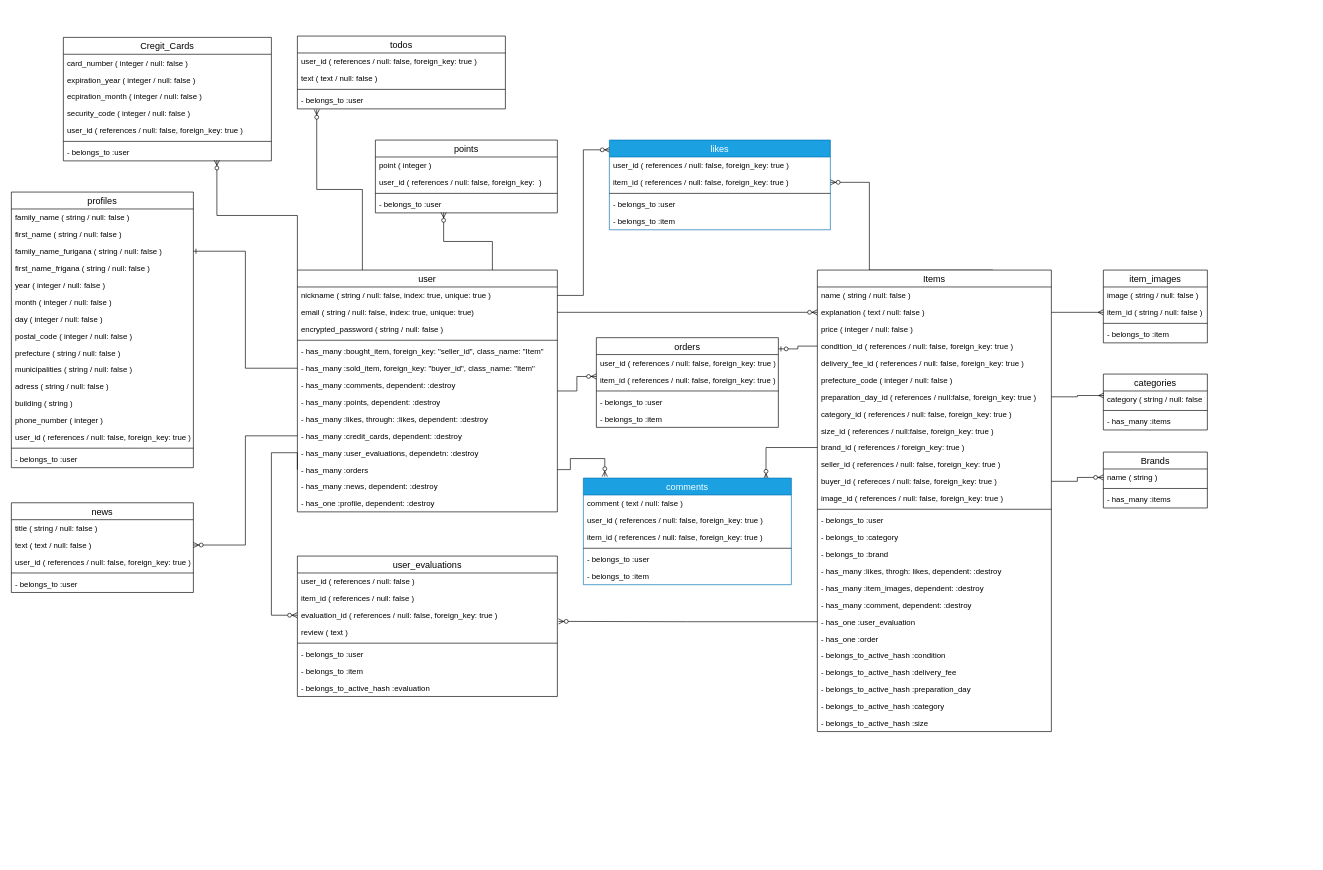
This is ER.drawio from yuktnk/fleamarket_sample_80g, a draw.io file, before an edit. Source tidied: cells renumbered, new cells numbered last; positions are measured from the earlier drawing's top-left corner, leaving out a move shared by most shapes. Both pictures are drawn from the tidied source at 65%, with x=0, y=0 at pixel (11, 36).
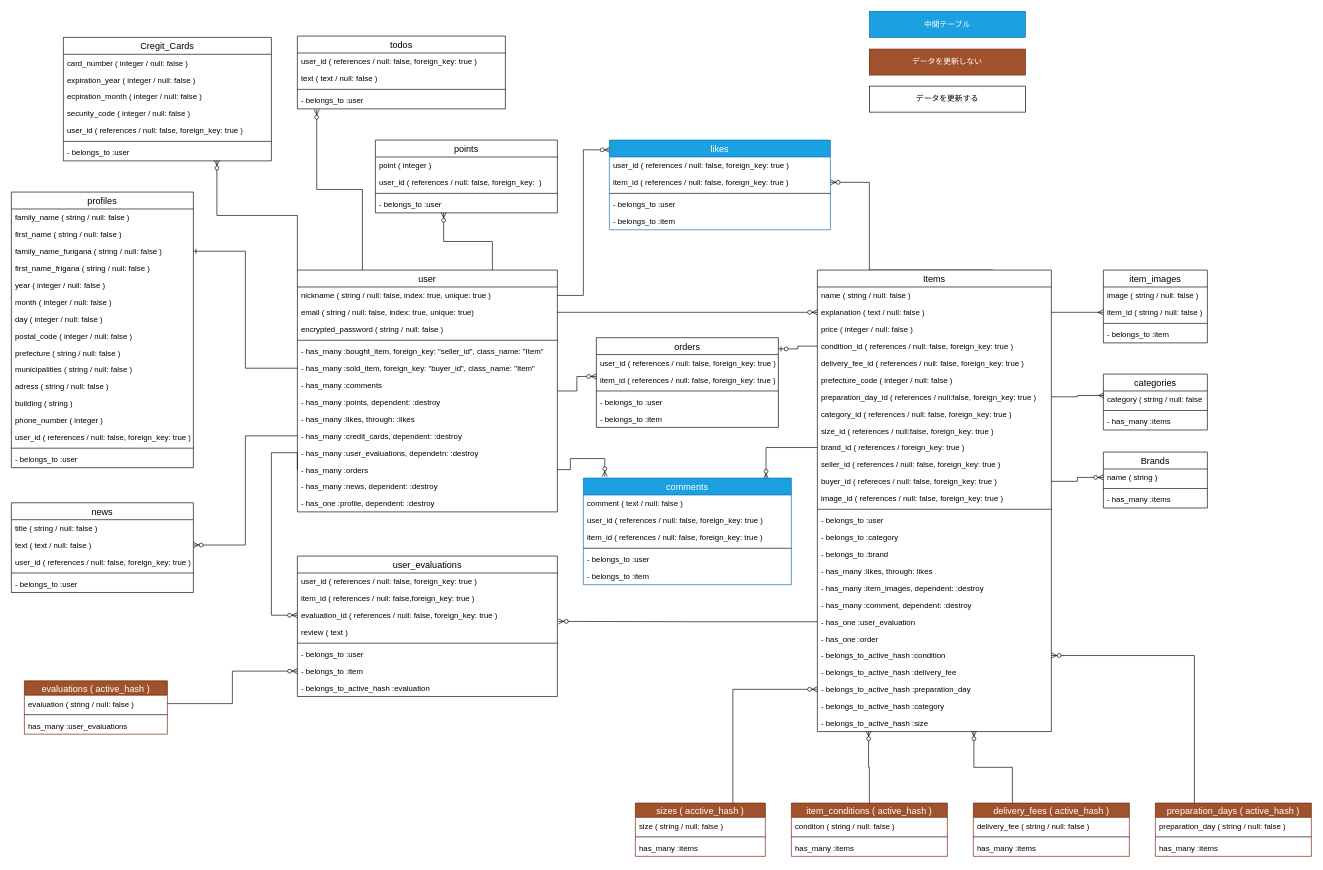
Above is the later version.

The change refers to these unchanged cells:
```xml
<mxCell id="19" value="user" style="swimlane;fontStyle=0;horizontal=1;startSize=26;align=center;fontSize=14;" parent="1" vertex="1">
  <mxGeometry x="440" y="360" width="400" height="372" as="geometry" />
</mxCell>
<mxCell id="80" value="Items" style="swimlane;fontStyle=0;horizontal=1;startSize=26;align=center;fontSize=14;swimlaneFillColor=none;" parent="1" vertex="1">
  <mxGeometry x="1240" y="360" width="360" height="710" as="geometry" />
</mxCell>
<mxCell id="103" value="- belongs_to_active_hash :condition " style="text;strokeColor=none;fillColor=none;spacingLeft=4;spacingRight=4;overflow=hidden;points=[[0,0.5],[1,0.5]];portConstraint=eastwest;fontSize=12;" parent="80" vertex="1">
  <mxGeometry y="580" width="360" height="26" as="geometry" />
</mxCell>
<mxCell id="105" value="- belongs_to_active_hash :preparation_day" style="text;strokeColor=none;fillColor=none;spacingLeft=4;spacingRight=4;overflow=hidden;points=[[0,0.5],[1,0.5]];portConstraint=eastwest;fontSize=12;" parent="80" vertex="1">
  <mxGeometry y="632" width="360" height="26" as="geometry" />
</mxCell>
<mxCell id="107" value="- belongs_to_active_hash :size" style="text;strokeColor=none;fillColor=none;spacingLeft=4;spacingRight=4;overflow=hidden;points=[[0,0.5],[1,0.5]];portConstraint=eastwest;fontSize=12;" parent="80" vertex="1">
  <mxGeometry y="684" width="360" height="26" as="geometry" />
</mxCell>
<mxCell id="108" value="user_evaluations" style="swimlane;fontStyle=0;horizontal=1;startSize=26;align=center;fontSize=14;" parent="1" vertex="1">
  <mxGeometry x="440" y="800" width="400" height="216" as="geometry" />
</mxCell>
<mxCell id="115" value="- belongs_to :item" style="text;strokeColor=none;fillColor=none;spacingLeft=4;spacingRight=4;overflow=hidden;points=[[0,0.5],[1,0.5]];portConstraint=eastwest;fontSize=12;" parent="108" vertex="1">
  <mxGeometry y="164" width="400" height="26" as="geometry" />
</mxCell>
```

Change to the diagram source:
```diff
@@
-    <mxCell id="26" value="- has_many :comments, dependent: :destroy" style="text;strokeColor=none;fillColor=none;spacingLeft=4;spacingRight=4;overflow=hidden;fontSize=12;" parent="19" vertex="1">
+    <mxCell id="26" value="- has_many :comments" style="text;strokeColor=none;fillColor=none;spacingLeft=4;spacingRight=4;overflow=hidden;fontSize=12;" parent="19" vertex="1">
       <mxGeometry y="164" width="400" height="26" as="geometry" />
     </mxCell>
@@
-    <mxCell id="28" value="- has_many :likes, through: :likes, dependent: :destroy&#10;" style="text;strokeColor=none;fillColor=none;spacingLeft=4;spacingRight=4;overflow=hidden;fontSize=12;" parent="19" vertex="1">
+    <mxCell id="28" value="- has_many :likes, through: :likes&#10;" style="text;strokeColor=none;fillColor=none;spacingLeft=4;spacingRight=4;overflow=hidden;fontSize=12;" parent="19" vertex="1">
       <mxGeometry y="216" width="400" height="26" as="geometry" />
     </mxCell>
@@
-    <mxCell id="98" value="- has_many :likes, throgh: likes, dependent: :destroy" style="text;strokeColor=none;fillColor=none;spacingLeft=4;spacingRight=4;overflow=hidden;fontSize=12;" parent="80" vertex="1">
+    <mxCell id="98" value="- has_many :likes, through: likes" style="text;strokeColor=none;fillColor=none;spacingLeft=4;spacingRight=4;overflow=hidden;fontSize=12;" parent="80" vertex="1">
       <mxGeometry y="450" width="360" height="26" as="geometry" />
     </mxCell>
@@
-    <mxCell id="109" value="user_id ( references / null: false )" style="text;strokeColor=none;fillColor=none;spacingLeft=4;spacingRight=4;overflow=hidden;fontSize=12;" parent="108" vertex="1">
+    <mxCell id="109" value="user_id ( references / null: false, foreign_key: true )" style="text;strokeColor=none;fillColor=none;spacingLeft=4;spacingRight=4;overflow=hidden;fontSize=12;" parent="108" vertex="1">
       <mxGeometry y="26" width="400" height="26" as="geometry" />
     </mxCell>
-    <mxCell id="110" value="item_id ( references / null: false )" style="text;strokeColor=none;fillColor=none;spacingLeft=4;spacingRight=4;overflow=hidden;fontSize=12;" parent="108" vertex="1">
+    <mxCell id="110" value="item_id ( references / null: false,foreign_key: true )" style="text;strokeColor=none;fillColor=none;spacingLeft=4;spacingRight=4;overflow=hidden;fontSize=12;" parent="108" vertex="1">
       <mxGeometry y="52" width="400" height="26" as="geometry" />
     </mxCell>
@@
+    <mxCell id="144" value="evaluations ( active_hash )" style="swimlane;fontStyle=0;horizontal=1;startSize=22;align=center;fontSize=14;fillColor=#a0522d;strokeColor=#6D1F00;fontColor=#ffffff;" parent="1" vertex="1">
+      <mxGeometry x="20" y="992" width="220" height="82" as="geometry" />
+    </mxCell>
+    <mxCell id="145" value="evaluation ( string / null: false )" style="text;strokeColor=none;fillColor=none;spacingLeft=4;spacingRight=4;overflow=hidden;points=[[0,0.5],[1,0.5]];portConstraint=eastwest;fontSize=12;" parent="144" vertex="1">
+      <mxGeometry y="22" width="220" height="26" as="geometry" />
+    </mxCell>
+    <mxCell id="146" style="line;strokeWidth=1;fillColor=none;align=left;verticalAlign=middle;spacingTop=-1;spacingLeft=3;spacingRight=3;labelPosition=right;fontSize=12;" parent="144" vertex="1">
+      <mxGeometry y="48" width="220" height="8" as="geometry" />
+    </mxCell>
+    <mxCell id="147" value="has_many :user_evaluations" style="text;strokeColor=none;fillColor=none;spacingLeft=4;spacingRight=4;overflow=hidden;fontSize=12;" parent="144" vertex="1">
+      <mxGeometry y="56" width="220" height="26" as="geometry" />
+    </mxCell>
+    <mxCell id="148" style="edgeStyle=orthogonalEdgeStyle;rounded=0;jettySize=auto;html=1;exitX=1;exitY=0.5;exitDx=0;exitDy=0;entryX=0;entryY=0.5;entryDx=0;entryDy=0;endArrow=ERzeroToMany;endFill=1;" parent="1" edge="1" source="145" target="115">
+      <mxGeometry relative="1" as="geometry" />
+    </mxCell>
+    <mxCell id="149" style="edgeStyle=orthogonalEdgeStyle;rounded=0;jettySize=auto;html=1;exitX=0.25;exitY=0;exitDx=0;exitDy=0;entryX=0.669;entryY=0.962;entryDx=0;entryDy=0;entryPerimeter=0;endArrow=ERzeroToMany;endFill=1;" parent="1" edge="1" source="150" target="107">
+      <mxGeometry relative="1" as="geometry" />
+    </mxCell>
+    <mxCell id="150" value="delivery_fees ( active_hash )" style="swimlane;fontStyle=0;horizontal=1;startSize=22;align=center;fontSize=14;fillColor=#a0522d;strokeColor=#6D1F00;fontColor=#ffffff;" parent="1" vertex="1">
+      <mxGeometry x="1480" y="1180" width="240" height="82" as="geometry" />
+    </mxCell>
+    <mxCell id="151" value="delivery_fee ( string / null: false )" style="text;strokeColor=none;fillColor=none;spacingLeft=4;spacingRight=4;overflow=hidden;fontSize=12;" parent="150" vertex="1">
+      <mxGeometry y="22" width="240" height="26" as="geometry" />
+    </mxCell>
+    <mxCell id="152" style="line;strokeWidth=1;fillColor=none;align=left;verticalAlign=middle;spacingTop=-1;spacingLeft=3;spacingRight=3;labelPosition=right;fontSize=12;" parent="150" vertex="1">
+      <mxGeometry y="48" width="240" height="8" as="geometry" />
+    </mxCell>
+    <mxCell id="153" value="has_many :items" style="text;strokeColor=none;fillColor=none;spacingLeft=4;spacingRight=4;overflow=hidden;fontSize=12;" parent="150" vertex="1">
+      <mxGeometry y="56" width="240" height="26" as="geometry" />
+    </mxCell>
+    <mxCell id="154" style="edgeStyle=orthogonalEdgeStyle;rounded=0;jettySize=auto;html=1;exitX=0.5;exitY=0;exitDx=0;exitDy=0;entryX=0.219;entryY=0.962;entryDx=0;entryDy=0;entryPerimeter=0;endArrow=ERzeroToMany;endFill=1;" parent="1" edge="1" source="155" target="107">
+      <mxGeometry relative="1" as="geometry" />
+    </mxCell>
+    <mxCell id="155" value="item_conditions ( active_hash )" style="swimlane;fontStyle=0;horizontal=1;startSize=22;align=center;fontSize=14;fillColor=#a0522d;strokeColor=#6D1F00;fontColor=#ffffff;" parent="1" vertex="1">
+      <mxGeometry x="1200" y="1180" width="240" height="82" as="geometry" />
+    </mxCell>
+    <mxCell id="156" value="conditon ( string / null: false )" style="text;strokeColor=none;fillColor=none;spacingLeft=4;spacingRight=4;overflow=hidden;fontSize=12;" parent="155" vertex="1">
+      <mxGeometry y="22" width="240" height="26" as="geometry" />
+    </mxCell>
+    <mxCell id="157" style="line;strokeWidth=1;fillColor=none;align=left;verticalAlign=middle;spacingTop=-1;spacingLeft=3;spacingRight=3;labelPosition=right;fontSize=12;" parent="155" vertex="1">
+      <mxGeometry y="48" width="240" height="8" as="geometry" />
+    </mxCell>
+    <mxCell id="158" value="has_many :items" style="text;strokeColor=none;fillColor=none;spacingLeft=4;spacingRight=4;overflow=hidden;fontSize=12;" parent="155" vertex="1">
+      <mxGeometry y="56" width="240" height="26" as="geometry" />
+    </mxCell>
+    <mxCell id="159" style="edgeStyle=orthogonalEdgeStyle;rounded=0;jettySize=auto;html=1;exitX=0.25;exitY=0;exitDx=0;exitDy=0;entryX=1;entryY=0.5;entryDx=0;entryDy=0;endArrow=ERzeroToMany;endFill=1;" parent="1" edge="1" source="160" target="103">
+      <mxGeometry relative="1" as="geometry" />
+    </mxCell>
+    <mxCell id="160" value="preparation_days ( active_hash )" style="swimlane;fontStyle=0;horizontal=1;startSize=22;align=center;fontSize=14;fillColor=#a0522d;strokeColor=#6D1F00;fontColor=#ffffff;" parent="1" vertex="1">
+      <mxGeometry x="1760" y="1180" width="240" height="82" as="geometry" />
+    </mxCell>
+    <mxCell id="161" value="preparation_day ( string / null: false )" style="text;strokeColor=none;fillColor=none;spacingLeft=4;spacingRight=4;overflow=hidden;fontSize=12;" parent="160" vertex="1">
+      <mxGeometry y="22" width="240" height="26" as="geometry" />
+    </mxCell>
+    <mxCell id="162" style="line;strokeWidth=1;fillColor=none;align=left;verticalAlign=middle;spacingTop=-1;spacingLeft=3;spacingRight=3;labelPosition=right;fontSize=12;" parent="160" vertex="1">
+      <mxGeometry y="48" width="240" height="8" as="geometry" />
+    </mxCell>
+    <mxCell id="163" value="has_many :items" style="text;strokeColor=none;fillColor=none;spacingLeft=4;spacingRight=4;overflow=hidden;fontSize=12;" parent="160" vertex="1">
+      <mxGeometry y="56" width="240" height="26" as="geometry" />
+    </mxCell>
+    <mxCell id="164" style="edgeStyle=orthogonalEdgeStyle;rounded=0;jettySize=auto;html=1;exitX=0.75;exitY=0;exitDx=0;exitDy=0;endArrow=ERzeroToMany;endFill=1;" parent="1" edge="1" source="165" target="105">
+      <mxGeometry relative="1" as="geometry" />
+    </mxCell>
+    <mxCell id="165" value="sizes ( acctive_hash )" style="swimlane;fontStyle=0;horizontal=1;startSize=22;align=center;fontSize=14;fillColor=#a0522d;strokeColor=#6D1F00;fontColor=#ffffff;" parent="1" vertex="1">
+      <mxGeometry x="960" y="1180" width="200" height="82" as="geometry" />
+    </mxCell>
+    <mxCell id="166" value="size ( string / null: false )" style="text;strokeColor=none;fillColor=none;spacingLeft=4;spacingRight=4;overflow=hidden;fontSize=12;" parent="165" vertex="1">
+      <mxGeometry y="22" width="200" height="26" as="geometry" />
+    </mxCell>
+    <mxCell id="167" style="line;strokeWidth=1;fillColor=none;align=left;verticalAlign=middle;spacingTop=-1;spacingLeft=3;spacingRight=3;labelPosition=right;fontSize=12;" parent="165" vertex="1">
+      <mxGeometry y="48" width="200" height="8" as="geometry" />
+    </mxCell>
+    <mxCell id="168" value="has_many :items" style="text;strokeColor=none;fillColor=none;spacingLeft=4;spacingRight=4;overflow=hidden;fontSize=12;" parent="165" vertex="1">
+      <mxGeometry y="56" width="200" height="26" as="geometry" />
+    </mxCell>
+    <mxCell id="169" value="データを更新しない" style="whiteSpace=wrap;html=1;align=center;fillColor=#a0522d;strokeColor=#6D1F00;fontColor=#ffffff;" parent="1" vertex="1">
+      <mxGeometry x="1320" y="20" width="240" height="40" as="geometry" />
+    </mxCell>
+    <mxCell id="170" value="中間テーブル" style="whiteSpace=wrap;html=1;align=center;fillColor=#1ba1e2;strokeColor=#006EAF;fontColor=#ffffff;" parent="1" vertex="1">
+      <mxGeometry x="1320" y="-38" width="240" height="40" as="geometry" />
+    </mxCell>
+    <mxCell id="171" value="データを更新する" style="whiteSpace=wrap;html=1;align=center;" parent="1" vertex="1">
+      <mxGeometry x="1320" y="77" width="240" height="40" as="geometry" />
+    </mxCell>
```
